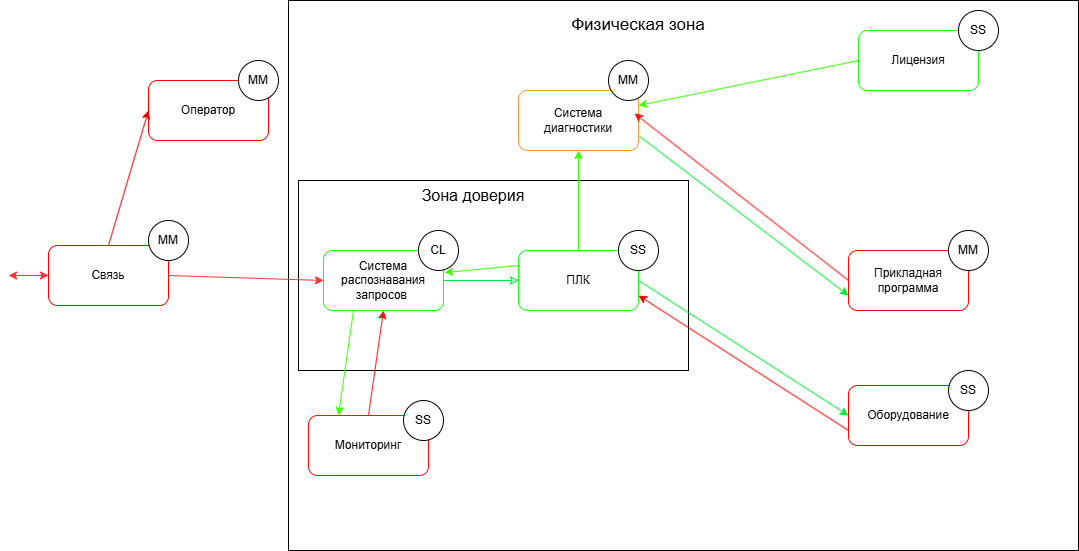
Alenka003/-_-1 keeps this draw.io diagram as images/2chema-1.png. Above is the earlier version. Source tidied: cells renumbered, new cells last; positions are measured from the earlier drawing's top-left corner, leaving out a move shared by most shapes.
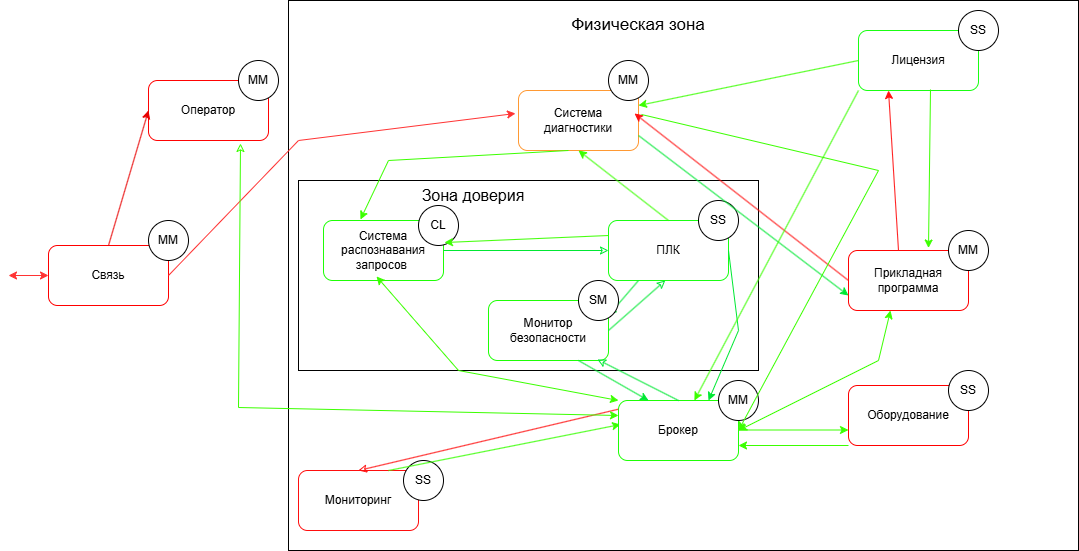
After the change.

Diff of the diagram source:
```diff
@@ -6,65 +6,70 @@
       <mxGeometry x="280" width="790" height="550" as="geometry" />
     </mxCell>
     <mxCell id="3" style="rounded=0;whiteSpace=wrap;html=1;" parent="1" vertex="1">
-      <mxGeometry x="290" y="180" width="390" height="190" as="geometry" />
+      <mxGeometry x="290" y="180" width="460" height="190" as="geometry" />
     </mxCell>
-    <mxCell id="4" value="Связь" style="rounded=1;whiteSpace=wrap;html=1;strokeColor=#FF0000;" parent="1" vertex="1">
+    <mxCell id="4" value="Связь" style="rounded=1;whiteSpace=wrap;html=1;strokeColor=light-dark(#FF0000,#FF1919);" parent="1" vertex="1">
       <mxGeometry x="40" y="245" width="120" height="60" as="geometry" />
     </mxCell>
-    <mxCell id="5" value="Мониторинг" style="rounded=1;whiteSpace=wrap;html=1;strokeColor=light-dark(#FF0E0E,#FFFFFF);" parent="1" vertex="1">
-      <mxGeometry x="300" y="415" width="120" height="60" as="geometry" />
+    <mxCell id="5" value="Мониторинг" style="rounded=1;whiteSpace=wrap;html=1;strokeColor=light-dark(#FF0E0E,#FF1616);" parent="1" vertex="1">
+      <mxGeometry x="290" y="470" width="120" height="60" as="geometry" />
     </mxCell>
-    <mxCell id="6" value="Оборудование" style="rounded=1;whiteSpace=wrap;html=1;strokeColor=#FF0000;" parent="1" vertex="1">
+    <mxCell id="6" value="Оборудование" style="rounded=1;whiteSpace=wrap;html=1;strokeColor=light-dark(#FF0000,#FF1111);" parent="1" vertex="1">
       <mxGeometry x="840" y="385" width="120" height="60" as="geometry" />
     </mxCell>
-    <mxCell id="7" value="Прикладная программа" style="rounded=1;whiteSpace=wrap;html=1;strokeColor=light-dark(#FF0303,#FFFFFF);" parent="1" vertex="1">
+    <mxCell id="7" value="Прикладная программа" style="rounded=1;whiteSpace=wrap;html=1;strokeColor=light-dark(#FF0303,#FF0C0C);" parent="1" vertex="1">
       <mxGeometry x="840" y="250" width="120" height="60" as="geometry" />
     </mxCell>
-    <mxCell id="8" value="ПЛК" style="rounded=1;whiteSpace=wrap;html=1;strokeColor=light-dark(#1AFF13,#FF3333);" parent="1" vertex="1">
-      <mxGeometry x="510" y="250" width="120" height="60" as="geometry" />
+    <mxCell id="8" value="ПЛК" style="rounded=1;whiteSpace=wrap;html=1;strokeColor=light-dark(#1AFF13,#0FFF27);" parent="1" vertex="1">
+      <mxGeometry x="600" y="220" width="120" height="60" as="geometry" />
     </mxCell>
     <mxCell id="9" value="MM" style="ellipse;whiteSpace=wrap;html=1;" parent="1" vertex="1">
       <mxGeometry x="140" y="220" width="40" height="40" as="geometry" />
     </mxCell>
     <mxCell id="10" value="SS" style="ellipse;whiteSpace=wrap;html=1;" parent="1" vertex="1">
-      <mxGeometry x="610" y="230" width="40" height="40" as="geometry" />
+      <mxGeometry x="690" y="200" width="40" height="40" as="geometry" />
     </mxCell>
     <mxCell id="11" value="MM" style="ellipse;whiteSpace=wrap;html=1;" parent="1" vertex="1">
       <mxGeometry x="940" y="230" width="40" height="40" as="geometry" />
     </mxCell>
-    <mxCell id="12" value="Система диагностики" style="rounded=1;whiteSpace=wrap;html=1;strokeColor=light-dark(#FF9933,#FF3333);" parent="1" vertex="1">
+    <mxCell id="12" value="Система диагностики" style="rounded=1;whiteSpace=wrap;html=1;strokeColor=light-dark(#FF9933,#FFBF0F);" parent="1" vertex="1">
       <mxGeometry x="510" y="90" width="120" height="60" as="geometry" />
     </mxCell>
     <mxCell id="13" value="SS" style="ellipse;whiteSpace=wrap;html=1;" parent="1" vertex="1">
-      <mxGeometry x="395" y="400" width="40" height="40" as="geometry" />
+      <mxGeometry x="395" y="460" width="40" height="40" as="geometry" />
     </mxCell>
-    <mxCell id="14" value="Оператор" style="rounded=1;whiteSpace=wrap;html=1;strokeColor=#FF0303;" parent="1" vertex="1">
+    <mxCell id="14" value="Оператор" style="rounded=1;whiteSpace=wrap;html=1;strokeColor=light-dark(#FF0303,#FF0707);" parent="1" vertex="1">
       <mxGeometry x="140" y="80" width="120" height="60" as="geometry" />
     </mxCell>
     <mxCell id="15" value="MM" style="ellipse;whiteSpace=wrap;html=1;" parent="1" vertex="1">
       <mxGeometry x="600" y="60" width="40" height="40" as="geometry" />
     </mxCell>
-    <mxCell id="16" style="endArrow=classic;html=1;rounded=0;exitX=1;exitY=0.5;exitDx=0;exitDy=0;entryX=0;entryY=0.5;entryDx=0;entryDy=0;strokeColor=light-dark(#00E833,#66CC00);" parent="1" edge="1" source="8" target="6">
-      <mxGeometry relative="1" as="geometry" />
+    <mxCell id="16" style="endArrow=classic;html=1;rounded=0;exitX=1;exitY=0.5;exitDx=0;exitDy=0;entryX=0.75;entryY=0;entryDx=0;entryDy=0;strokeColor=light-dark(#00E833,#66CC00);" parent="1" edge="1" source="8" target="42">
+      <mxGeometry relative="1" as="geometry">
+        <Array as="points">
+          <mxPoint x="730" y="330" />
+        </Array>
+      </mxGeometry>
     </mxCell>
-    <mxCell id="17" style="endArrow=classic;html=1;rounded=0;entryX=1;entryY=0.75;entryDx=0;entryDy=0;exitX=0;exitY=0.75;exitDx=0;exitDy=0;strokeColor=light-dark(#FF0000,#FF0000);" parent="1" edge="1" source="6" target="8">
-      <mxGeometry relative="1" as="geometry" />
-    </mxCell>
-    <mxCell id="18" style="endArrow=classic;startArrow=classic;html=1;rounded=0;exitX=0;exitY=0.5;exitDx=0;exitDy=0;strokeColor=#FF3333;" parent="1" edge="1" source="4">
+    <mxCell id="18" style="endArrow=classic;startArrow=classic;html=1;rounded=0;exitX=0;exitY=0.5;exitDx=0;exitDy=0;strokeColor=light-dark(#FF3333,#FF2828);" parent="1" edge="1" source="4">
       <mxGeometry relative="1" as="geometry">
         <mxPoint y="275" as="targetPoint" />
       </mxGeometry>
     </mxCell>
-    <mxCell id="19" style="endArrow=classic;html=1;rounded=0;exitX=1;exitY=0.5;exitDx=0;exitDy=0;strokeColor=#FF3333;entryX=0;entryY=0.5;entryDx=0;entryDy=0;" parent="1" edge="1" source="4" target="20">
-      <mxGeometry relative="1" as="geometry" />
+    <mxCell id="19" style="endArrow=classic;html=1;rounded=0;exitX=1;exitY=0.5;exitDx=0;exitDy=0;strokeColor=light-dark(#FF3333,#FF0D05);entryX=-0.025;entryY=0.383;entryDx=0;entryDy=0;entryPerimeter=0;" parent="1" edge="1" source="4" target="12">
+      <mxGeometry relative="1" as="geometry">
+        <Array as="points">
+          <mxPoint x="290" y="140" />
+        </Array>
+      </mxGeometry>
     </mxCell>
-    <mxCell id="20" value="Система распознавания запросов&amp;nbsp;" style="rounded=1;whiteSpace=wrap;html=1;strokeColor=light-dark(#1FFF06,#FFFFFF);" parent="1" vertex="1">
-      <mxGeometry x="315" y="250" width="120" height="60" as="geometry" />
+    <mxCell id="20" value="Система распознавания запросов&amp;nbsp;" style="rounded=1;whiteSpace=wrap;html=1;strokeColor=light-dark(#1FFF06,#08FF00);" parent="1" vertex="1">
+      <mxGeometry x="315" y="220" width="120" height="60" as="geometry" />
     </mxCell>
     <mxCell id="21" value="CL" style="ellipse;whiteSpace=wrap;html=1;" parent="1" vertex="1">
-      <mxGeometry x="410" y="230" width="40" height="40" as="geometry" />
+      <mxGeometry x="410" y="205" width="40" height="40" as="geometry" />
     </mxCell>
-    <mxCell id="22" style="endArrow=classic;html=1;rounded=0;exitX=0.5;exitY=0;exitDx=0;exitDy=0;entryX=0;entryY=0.5;entryDx=0;entryDy=0;strokeColor=light-dark(#E80101,#66CC00);" parent="1" edge="1" source="4" target="14">
+    <mxCell id="22" style="endArrow=classic;html=1;rounded=0;exitX=0.5;exitY=0;exitDx=0;exitDy=0;entryX=0;entryY=0.5;entryDx=0;entryDy=0;strokeColor=light-dark(#E80101,#CC1306);" parent="1" edge="1" source="4" target="14">
       <mxGeometry relative="1" as="geometry" />
     </mxCell>
     <mxCell id="23" value="MM" style="ellipse;whiteSpace=wrap;html=1;" parent="1" vertex="1">
@@ -79,19 +84,19 @@
     <mxCell id="26" style="endArrow=classic;html=1;rounded=0;strokeColor=#3BFF00;entryX=1.008;entryY=0.367;entryDx=0;entryDy=0;entryPerimeter=0;exitX=0;exitY=0.25;exitDx=0;exitDy=0;" parent="1" edge="1" source="8" target="20">
       <mxGeometry relative="1" as="geometry" />
     </mxCell>
-    <mxCell id="27" value="Лицензия" style="rounded=1;whiteSpace=wrap;html=1;strokeColor=light-dark(#1AFF13,#FF3333);" parent="1" vertex="1">
+    <mxCell id="27" value="Лицензия" style="rounded=1;whiteSpace=wrap;html=1;strokeColor=light-dark(#1AFF13,#FFB711);" parent="1" vertex="1">
       <mxGeometry x="850" y="30" width="120" height="60" as="geometry" />
     </mxCell>
     <mxCell id="28" style="endArrow=none;html=1;rounded=0;exitX=1;exitY=0.25;exitDx=0;exitDy=0;entryX=0;entryY=0.5;entryDx=0;entryDy=0;strokeColor=#3BFF00;startFill=1;startArrow=classic;" parent="1" edge="1" source="12" target="27">
       <mxGeometry relative="1" as="geometry" />
     </mxCell>
-    <mxCell id="29" style="endArrow=classic;html=1;rounded=0;exitX=0.5;exitY=0;exitDx=0;exitDy=0;entryX=0.5;entryY=1;entryDx=0;entryDy=0;strokeColor=#FF1010;" parent="1" edge="1" source="5" target="20">
+    <mxCell id="29" style="endArrow=none;html=1;rounded=0;exitX=0.5;exitY=0;exitDx=0;exitDy=0;entryX=0.025;entryY=0.133;entryDx=0;entryDy=0;strokeColor=#FF1010;entryPerimeter=0;startArrow=classic;startFill=0;" parent="1" edge="1" source="5" target="42">
       <mxGeometry relative="1" as="geometry" />
     </mxCell>
-    <mxCell id="30" style="endArrow=classic;html=1;rounded=0;entryX=0.25;entryY=0;entryDx=0;entryDy=0;exitX=0.25;exitY=1;exitDx=0;exitDy=0;strokeColor=light-dark(#37ff00, #FF0000);" parent="1" edge="1" source="20" target="5">
+    <mxCell id="30" style="endArrow=classic;html=1;rounded=0;entryX=0.017;entryY=0.4;entryDx=0;entryDy=0;strokeColor=light-dark(#37ff00, #FF0000);exitX=0.75;exitY=0;exitDx=0;exitDy=0;entryPerimeter=0;" parent="1" edge="1" source="5" target="42">
       <mxGeometry relative="1" as="geometry" />
     </mxCell>
-    <mxCell id="31" style="endArrow=classic;html=1;rounded=0;exitX=0;exitY=0.5;exitDx=0;exitDy=0;entryX=0.967;entryY=0.383;entryDx=0;entryDy=0;strokeColor=#FF1010;entryPerimeter=0;" parent="1" edge="1" source="7" target="12">
+    <mxCell id="31" style="endArrow=classic;html=1;rounded=0;exitX=0;exitY=0.5;exitDx=0;exitDy=0;entryX=0.967;entryY=0.383;entryDx=0;entryDy=0;strokeColor=light-dark(#FF1010,#FF0000);entryPerimeter=0;" parent="1" edge="1" source="7" target="12">
       <mxGeometry relative="1" as="geometry" />
     </mxCell>
     <mxCell id="32" style="endArrow=classic;html=1;rounded=0;exitX=1;exitY=0.75;exitDx=0;exitDy=0;entryX=0;entryY=0.75;entryDx=0;entryDy=0;strokeColor=light-dark(#00E833,#66CC00);" parent="1" edge="1" source="12" target="7">
@@ -109,5 +114,91 @@
     <mxCell id="36" value="&lt;font style=&quot;font-size: 17px;&quot;&gt;Физическая зона&lt;/font&gt;" style="text;strokeColor=none;align=center;fillColor=none;html=1;verticalAlign=middle;whiteSpace=wrap;rounded=0;" parent="1" vertex="1">
       <mxGeometry x="550" y="10" width="160" height="30" as="geometry" />
     </mxCell>
+    <mxCell id="37" value="Монитор безопасности" style="rounded=1;whiteSpace=wrap;html=1;strokeColor=light-dark(#1FFF06,#08FF00);" parent="1" vertex="1">
+      <mxGeometry x="480" y="300" width="120" height="60" as="geometry" />
+    </mxCell>
+    <mxCell id="38" style="endArrow=none;startArrow=classic;html=1;rounded=0;exitX=1;exitY=0.25;exitDx=0;exitDy=0;strokeColor=light-dark(#00E833,#66CC00);startFill=0;entryX=0.25;entryY=1;entryDx=0;entryDy=0;" parent="1" edge="1" source="37" target="8">
+      <mxGeometry relative="1" as="geometry" />
+    </mxCell>
+    <mxCell id="39" style="endArrow=none;startArrow=classic;html=1;rounded=0;entryX=1;entryY=0.5;entryDx=0;entryDy=0;strokeColor=light-dark(#00E833,#66CC00);startFill=0;" parent="1" edge="1" target="37">
+      <mxGeometry relative="1" as="geometry">
+        <mxPoint x="656.8" y="280" as="sourcePoint" />
+      </mxGeometry>
+    </mxCell>
+    <mxCell id="40" style="endArrow=classic;html=1;rounded=0;strokeColor=light-dark(#FF1010,#FF0000);entryX=0.25;entryY=1;entryDx=0;entryDy=0;" parent="1" edge="1" target="27">
+      <mxGeometry relative="1" as="geometry">
+        <mxPoint x="890" y="250" as="sourcePoint" />
+      </mxGeometry>
+    </mxCell>
+    <mxCell id="41" style="endArrow=none;html=1;rounded=0;exitX=1;exitY=0.25;exitDx=0;exitDy=0;strokeColor=#3BFF00;startFill=1;startArrow=classic;entryX=0.6;entryY=0.983;entryDx=0;entryDy=0;entryPerimeter=0;" parent="1" edge="1" target="27">
+      <mxGeometry relative="1" as="geometry">
+        <mxPoint x="920" y="247.5" as="sourcePoint" />
+      </mxGeometry>
+    </mxCell>
+    <mxCell id="42" value="Брокер" style="rounded=1;whiteSpace=wrap;html=1;strokeColor=light-dark(#1FFF06,#FFCF0F);" parent="1" vertex="1">
+      <mxGeometry x="610" y="400" width="120" height="60" as="geometry" />
+    </mxCell>
+    <mxCell id="43" value="MM" style="ellipse;whiteSpace=wrap;html=1;" parent="1" vertex="1">
+      <mxGeometry x="710" y="380" width="40" height="40" as="geometry" />
+    </mxCell>
+    <mxCell id="44" value="SM" style="ellipse;whiteSpace=wrap;html=1;" parent="1" vertex="1">
+      <mxGeometry x="570" y="280" width="40" height="40" as="geometry" />
+    </mxCell>
+    <mxCell id="45" style="endArrow=classic;html=1;rounded=0;exitX=0.75;exitY=1;exitDx=0;exitDy=0;entryX=0.25;entryY=0;entryDx=0;entryDy=0;strokeColor=light-dark(#00E833,#66CC00);" parent="1" edge="1" source="37" target="42">
+      <mxGeometry relative="1" as="geometry" />
+    </mxCell>
+    <mxCell id="46" style="endArrow=none;startArrow=classic;html=1;rounded=0;entryX=0.5;entryY=0;entryDx=0;entryDy=0;strokeColor=light-dark(#00E833,#66CC00);startFill=0;exitX=0.908;exitY=0.983;exitDx=0;exitDy=0;exitPerimeter=0;" parent="1" edge="1" source="37" target="42">
+      <mxGeometry relative="1" as="geometry" />
+    </mxCell>
+    <mxCell id="47" style="endArrow=none;html=1;rounded=0;exitX=1;exitY=0.75;exitDx=0;exitDy=0;entryX=0;entryY=1;entryDx=0;entryDy=0;strokeColor=light-dark(#3BFF00,#790202);startFill=1;startArrow=classic;" parent="1" edge="1" source="42" target="6">
+      <mxGeometry relative="1" as="geometry" />
+    </mxCell>
+    <mxCell id="48" style="endArrow=none;html=1;rounded=0;entryX=0;entryY=0.5;entryDx=0;entryDy=0;strokeColor=#3BFF00;startFill=1;startArrow=classic;" parent="1" edge="1">
+      <mxGeometry relative="1" as="geometry">
+        <mxPoint x="840" y="429.5" as="sourcePoint" />
+        <mxPoint x="730" y="429.5" as="targetPoint" />
+      </mxGeometry>
+    </mxCell>
+    <mxCell id="49" style="endArrow=classic;html=1;rounded=0;exitX=0.85;exitY=0.933;exitDx=0;exitDy=0;entryX=0;entryY=0.25;entryDx=0;entryDy=0;strokeColor=light-dark(#3BFF00,#791804);startFill=0;startArrow=classic;endFill=1;exitPerimeter=0;" parent="1" edge="1" target="42">
+      <mxGeometry relative="1" as="geometry">
+        <mxPoint x="232" y="143" as="sourcePoint" />
+        <Array as="points">
+          <mxPoint x="230" y="407" />
+        </Array>
+      </mxGeometry>
+    </mxCell>
+    <mxCell id="50" style="endArrow=none;html=1;rounded=0;strokeColor=#3BFF00;startFill=1;startArrow=classic;entryX=0;entryY=1;entryDx=0;entryDy=0;" parent="1" edge="1" source="42" target="27">
+      <mxGeometry relative="1" as="geometry" />
+    </mxCell>
+    <mxCell id="51" style="endArrow=none;html=1;rounded=0;exitX=1;exitY=0.5;exitDx=0;exitDy=0;strokeColor=#3BFF00;startFill=1;startArrow=classic;entryX=1.025;entryY=0.4;entryDx=0;entryDy=0;entryPerimeter=0;" parent="1" edge="1" source="42" target="12">
+      <mxGeometry relative="1" as="geometry">
+        <Array as="points">
+          <mxPoint x="870" y="170" />
+        </Array>
+      </mxGeometry>
+    </mxCell>
+    <mxCell id="52" style="endArrow=classic;html=1;rounded=0;exitX=1;exitY=0.5;exitDx=0;exitDy=0;strokeColor=light-dark(#3BFF00,#790000);startFill=1;startArrow=classic;entryX=0.6;entryY=0.983;entryDx=0;entryDy=0;entryPerimeter=0;endFill=1;" parent="1" edge="1" source="42">
+      <mxGeometry relative="1" as="geometry">
+        <mxPoint x="882" y="310" as="targetPoint" />
+        <Array as="points">
+          <mxPoint x="870" y="360" />
+        </Array>
+      </mxGeometry>
+    </mxCell>
+    <mxCell id="53" style="endArrow=classic;html=1;rounded=0;exitX=0;exitY=0;exitDx=0;exitDy=0;strokeColor=#3BFF00;startFill=1;startArrow=classic;entryX=0.442;entryY=0.933;entryDx=0;entryDy=0;entryPerimeter=0;endFill=1;" parent="1" edge="1" source="42" target="20">
+      <mxGeometry relative="1" as="geometry">
+        <Array as="points">
+          <mxPoint x="450" y="370" />
+        </Array>
+      </mxGeometry>
+    </mxCell>
+    <mxCell id="54" style="endArrow=none;html=1;rounded=0;exitX=0.308;exitY=-0.017;exitDx=0;exitDy=0;entryX=0;entryY=0.5;entryDx=0;entryDy=0;strokeColor=#3BFF00;startFill=1;startArrow=classic;exitPerimeter=0;" parent="1" edge="1" source="20">
+      <mxGeometry relative="1" as="geometry">
+        <mxPoint x="560" y="150" as="targetPoint" />
+        <Array as="points">
+          <mxPoint x="380" y="160" />
+        </Array>
+      </mxGeometry>
+    </mxCell>
   </root>
 </mxGraphModel>
```
